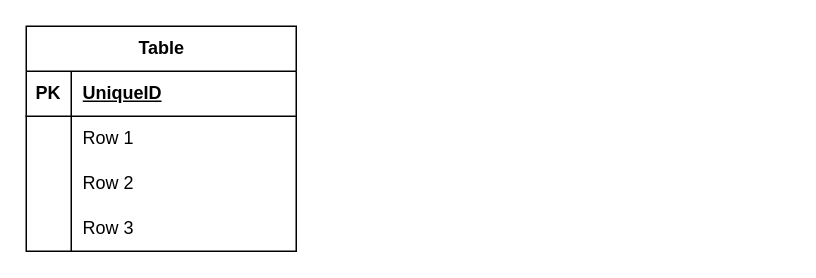
Before: tuto4wia2001q3.drawio in justn0thinghere/drawio, a draw.io diagram. Source tidied: cells renumbered, new cells numbered last; positions are measured from the earlier drawing's top-left corner, leaving out a move shared by most shapes. Both pictures are drawn from the tidied source at 150%, with x=0, y=0 at pixel (26, 26).
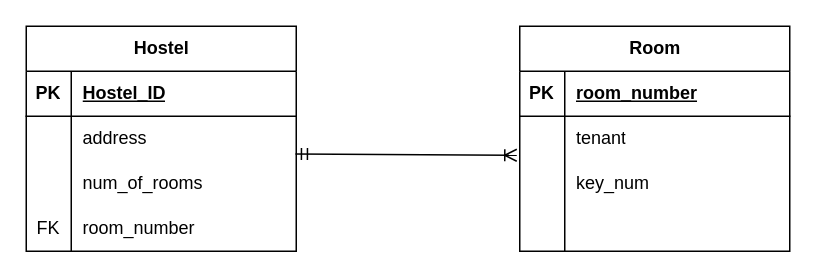
After the change.

Unchanged cells that the change refers to:
```xml
<mxCell id="3" style="shape=tableRow;horizontal=0;startSize=0;swimlaneHead=0;swimlaneBody=0;fillColor=none;top=0;left=0;right=0;bottom=1;" parent="2" vertex="1">
  <mxGeometry y="30" width="180" height="30" as="geometry" />
</mxCell>
<mxCell id="6" style="shape=tableRow;horizontal=0;startSize=0;swimlaneHead=0;swimlaneBody=0;fillColor=none;points=[[0,0.5],[1,0.5]];portConstraint=eastwest;top=0;left=0;right=0;bottom=0;" parent="2" vertex="1">
  <mxGeometry y="60" width="180" height="30" as="geometry" />
</mxCell>
<mxCell id="9" style="shape=tableRow;horizontal=0;startSize=0;swimlaneHead=0;swimlaneBody=0;fillColor=none;top=0;left=0;right=0;bottom=0;" parent="2" vertex="1">
  <mxGeometry y="90" width="180" height="30" as="geometry" />
</mxCell>
<mxCell id="12" style="shape=tableRow;horizontal=0;startSize=0;swimlaneHead=0;swimlaneBody=0;fillColor=none;top=0;left=0;right=0;bottom=0;" parent="2" vertex="1">
  <mxGeometry y="120" width="180" height="30" as="geometry" />
</mxCell>
```

Diff of the diagram source:
```diff
@@
-    <mxCell id="2" value="Table" style="shape=table;startSize=30;childLayout=tableLayout;rowLines=0;fontStyle=1;align=center;html=1;" parent="1" vertex="1">
+    <mxCell id="2" value="Hostel" style="shape=table;startSize=30;childLayout=tableLayout;rowLines=0;fontStyle=1;align=center;html=1;" parent="1" vertex="1">
       <mxGeometry width="180" height="150" as="geometry" />
     </mxCell>
@@
-    <mxCell id="5" value="UniqueID" style="shape=partialRectangle;fillColor=none;top=0;left=0;bottom=0;right=0;align=left;spacingLeft=6;fontStyle=5;overflow=hidden;whiteSpace=wrap;html=1;" parent="3" vertex="1">
+    <mxCell id="5" value="Hostel_ID" style="shape=partialRectangle;fillColor=none;top=0;left=0;bottom=0;right=0;align=left;spacingLeft=6;fontStyle=5;overflow=hidden;whiteSpace=wrap;html=1;" parent="3" vertex="1">
       <mxGeometry x="30" width="150" height="30" as="geometry" />
     </mxCell>
@@
-    <mxCell id="8" value="Row 1" style="shape=partialRectangle;fillColor=none;top=0;left=0;bottom=0;right=0;align=left;spacingLeft=6;overflow=hidden;whiteSpace=wrap;html=1;" parent="6" vertex="1">
+    <mxCell id="8" value="address" style="shape=partialRectangle;fillColor=none;top=0;left=0;bottom=0;right=0;align=left;spacingLeft=6;overflow=hidden;whiteSpace=wrap;html=1;" parent="6" vertex="1">
       <mxGeometry x="30" width="150" height="30" as="geometry" />
     </mxCell>
@@
-    <mxCell id="11" value="Row 2" style="shape=partialRectangle;fillColor=none;top=0;left=0;bottom=0;right=0;align=left;spacingLeft=6;overflow=hidden;whiteSpace=wrap;html=1;" parent="9" vertex="1">
+    <mxCell id="11" value="num_of_rooms" style="shape=partialRectangle;fillColor=none;top=0;left=0;bottom=0;right=0;align=left;spacingLeft=6;overflow=hidden;whiteSpace=wrap;html=1;" parent="9" vertex="1">
       <mxGeometry x="30" width="150" height="30" as="geometry" />
     </mxCell>
@@
-    <mxCell id="13" style="shape=partialRectangle;fillColor=none;top=0;left=0;bottom=0;right=0;overflow=hidden;whiteSpace=wrap;html=1;" parent="12" vertex="1">
+    <mxCell id="13" value="FK" style="shape=partialRectangle;fillColor=none;top=0;left=0;bottom=0;right=0;overflow=hidden;whiteSpace=wrap;html=1;" parent="12" vertex="1">
       <mxGeometry width="30" height="30" as="geometry" />
     </mxCell>
-    <mxCell id="14" value="Row 3" style="shape=partialRectangle;fillColor=none;top=0;left=0;bottom=0;right=0;align=left;spacingLeft=6;overflow=hidden;whiteSpace=wrap;html=1;" parent="12" vertex="1">
+    <mxCell id="14" value="room_number" style="shape=partialRectangle;fillColor=none;top=0;left=0;bottom=0;right=0;align=left;spacingLeft=6;overflow=hidden;whiteSpace=wrap;html=1;" parent="12" vertex="1">
       <mxGeometry x="30" width="150" height="30" as="geometry" />
     </mxCell>
+    <mxCell id="15" style="fontSize=12;html=1;endArrow=ERoneToMany;startArrow=ERmandOne;rounded=0;entryX=-0.011;entryY=-0.133;entryDx=0;entryDy=0;entryPerimeter=0;exitX=0.997;exitY=0.84;exitDx=0;exitDy=0;exitPerimeter=0;" parent="1" edge="1" source="6" target="23">
+      <mxGeometry relative="1" as="geometry" />
+    </mxCell>
+    <mxCell id="16" value="Room" style="shape=table;startSize=30;childLayout=tableLayout;rowLines=0;fontStyle=1;align=center;html=1;" parent="1" vertex="1">
+      <mxGeometry x="329" width="180" height="150" as="geometry" />
+    </mxCell>
+    <mxCell id="17" style="shape=tableRow;horizontal=0;startSize=0;swimlaneHead=0;swimlaneBody=0;fillColor=none;top=0;left=0;right=0;bottom=1;" parent="16" vertex="1">
+      <mxGeometry y="30" width="180" height="30" as="geometry" />
+    </mxCell>
+    <mxCell id="18" value="PK" style="shape=partialRectangle;fillColor=none;top=0;left=0;bottom=0;right=0;fontStyle=1;overflow=hidden;whiteSpace=wrap;html=1;" parent="17" vertex="1">
+      <mxGeometry width="30" height="30" as="geometry" />
+    </mxCell>
+    <mxCell id="19" value="room_number" style="shape=partialRectangle;fillColor=none;top=0;left=0;bottom=0;right=0;align=left;spacingLeft=6;fontStyle=5;overflow=hidden;whiteSpace=wrap;html=1;" parent="17" vertex="1">
+      <mxGeometry x="30" width="150" height="30" as="geometry" />
+    </mxCell>
+    <mxCell id="20" style="shape=tableRow;horizontal=0;startSize=0;swimlaneHead=0;swimlaneBody=0;fillColor=none;top=0;left=0;right=0;bottom=0;" parent="16" vertex="1">
+      <mxGeometry y="60" width="180" height="30" as="geometry" />
+    </mxCell>
+    <mxCell id="21" style="shape=partialRectangle;fillColor=none;top=0;left=0;bottom=0;right=0;overflow=hidden;whiteSpace=wrap;html=1;" parent="20" vertex="1">
+      <mxGeometry width="30" height="30" as="geometry" />
+    </mxCell>
+    <mxCell id="22" value="tenant" style="shape=partialRectangle;fillColor=none;top=0;left=0;bottom=0;right=0;align=left;spacingLeft=6;overflow=hidden;whiteSpace=wrap;html=1;" parent="20" vertex="1">
+      <mxGeometry x="30" width="150" height="30" as="geometry" />
+    </mxCell>
+    <mxCell id="23" style="shape=tableRow;horizontal=0;startSize=0;swimlaneHead=0;swimlaneBody=0;fillColor=none;points=[[0,0.5],[1,0.5]];portConstraint=eastwest;top=0;left=0;right=0;bottom=0;" parent="16" vertex="1">
+      <mxGeometry y="90" width="180" height="30" as="geometry" />
+    </mxCell>
+    <mxCell id="24" style="shape=partialRectangle;fillColor=none;top=0;left=0;bottom=0;right=0;overflow=hidden;whiteSpace=wrap;html=1;" parent="23" vertex="1">
+      <mxGeometry width="30" height="30" as="geometry" />
+    </mxCell>
+    <mxCell id="25" value="key_num" style="shape=partialRectangle;fillColor=none;top=0;left=0;bottom=0;right=0;align=left;spacingLeft=6;overflow=hidden;whiteSpace=wrap;html=1;" parent="23" vertex="1">
+      <mxGeometry x="30" width="150" height="30" as="geometry" />
+    </mxCell>
+    <mxCell id="26" style="shape=tableRow;horizontal=0;startSize=0;swimlaneHead=0;swimlaneBody=0;fillColor=none;top=0;left=0;right=0;bottom=0;" parent="16" vertex="1">
+      <mxGeometry y="120" width="180" height="30" as="geometry" />
+    </mxCell>
+    <mxCell id="27" style="shape=partialRectangle;fillColor=none;top=0;left=0;bottom=0;right=0;overflow=hidden;whiteSpace=wrap;html=1;" parent="26" vertex="1">
+      <mxGeometry width="30" height="30" as="geometry" />
+    </mxCell>
+    <mxCell id="28" style="shape=partialRectangle;fillColor=none;top=0;left=0;bottom=0;right=0;align=left;spacingLeft=6;overflow=hidden;whiteSpace=wrap;html=1;" parent="26" vertex="1">
+      <mxGeometry x="30" width="150" height="30" as="geometry" />
+    </mxCell>
```
